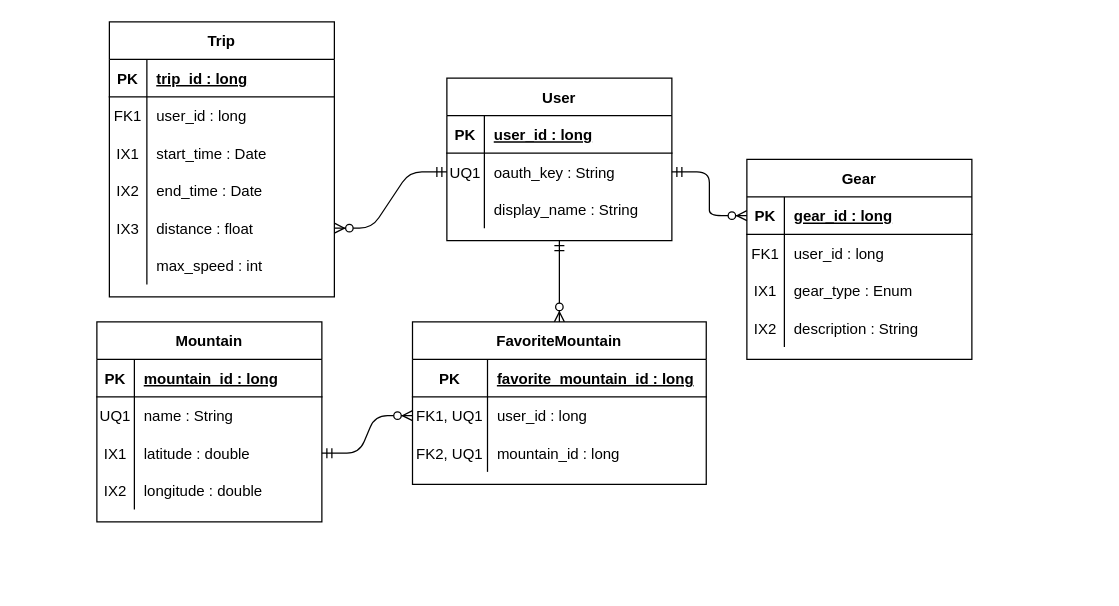
JonahRodriguez281/sno keeps this draw.io diagram as docs/work/sno-erd.drawio. Above is the earlier version. Source tidied: cells renumbered, new cells numbered last; positions are measured from the earlier drawing's top-left corner, leaving out a move shared by most shapes. Both pictures are drawn from the tidied source at 125%, with x=0, y=0 at pixel (96, 21).
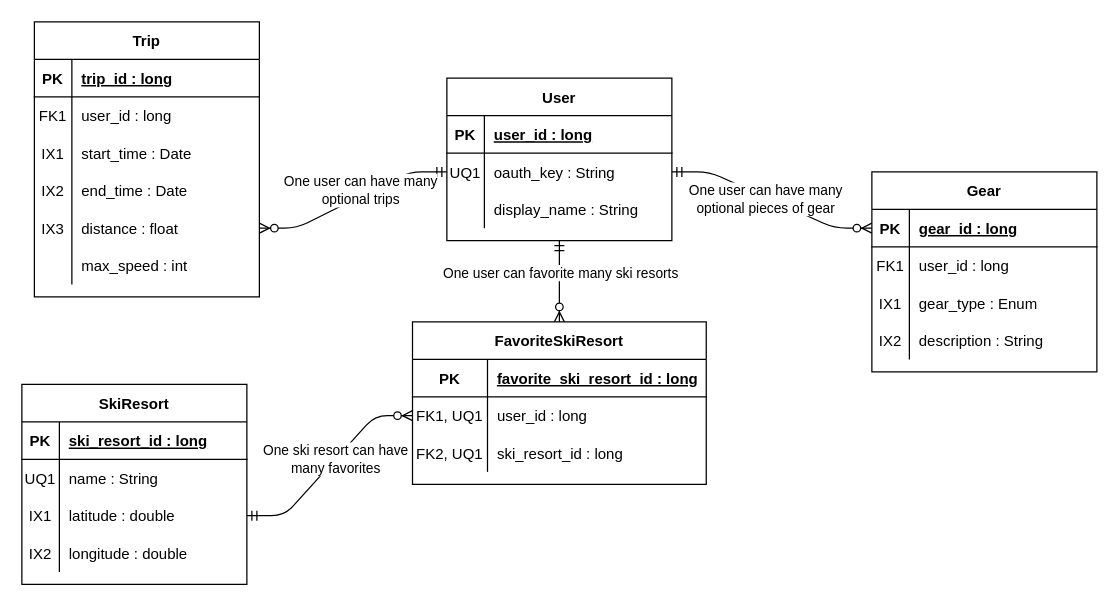
The same page after the edit.

Unchanged cells that the change refers to:
```xml
<mxCell id="3" style="shape=partialRectangle;fillColor=none;top=0;left=0;bottom=1;right=0;" parent="2" vertex="1">
  <mxGeometry y="30" width="180" height="30" as="geometry" />
</mxCell>
<mxCell id="15" style="edgeStyle=entityRelationEdgeStyle;fontSize=12;html=1;endArrow=ERzeroToMany;startArrow=ERmandOne;entryX=0;entryY=0.5;entryDx=0;entryDy=0;exitX=1;exitY=0.5;exitDx=0;exitDy=0;" parent="1" edge="1" source="52" target="59">
  <mxGeometry relative="1" as="geometry" />
</mxCell>
<mxCell id="16" style="fontSize=12;html=1;endArrow=ERzeroToMany;startArrow=ERmandOne;exitX=0.5;exitY=1;exitDx=0;exitDy=0;entryX=0.5;entryY=0;entryDx=0;entryDy=0;endFill=1;" parent="1" edge="1" source="48" target="18">
  <mxGeometry relative="1" as="geometry" />
</mxCell>
<mxCell id="17" style="edgeStyle=entityRelationEdgeStyle;fontSize=12;html=1;endArrow=ERzeroToMany;startArrow=ERmandOne;entryX=0;entryY=0.5;entryDx=0;entryDy=0;exitX=1;exitY=0.5;exitDx=0;exitDy=0;endFill=1;" parent="1" edge="1" source="9" target="22">
  <mxGeometry relative="1" as="geometry" />
</mxCell>
<mxCell id="19" style="shape=partialRectangle;fillColor=none;top=0;left=0;bottom=1;right=0;" parent="18" vertex="1">
  <mxGeometry y="30" width="235" height="30" as="geometry" />
</mxCell>
<mxCell id="25" style="shape=partialRectangle;fillColor=none;top=0;left=0;bottom=0;right=0;" parent="18" vertex="1">
  <mxGeometry y="90" width="235" height="30" as="geometry" />
</mxCell>
<mxCell id="47" style="edgeStyle=entityRelationEdgeStyle;fontSize=12;html=1;endArrow=ERzeroToMany;startArrow=ERmandOne;exitX=0;exitY=0.5;exitDx=0;exitDy=0;entryX=1;entryY=0.5;entryDx=0;entryDy=0;endFill=1;" parent="1" edge="1" source="52" target="41">
  <mxGeometry relative="1" as="geometry" />
</mxCell>
```

The edit, as a diff of the source:
```diff
@@
-    <mxCell id="2" value="Mountain" style="shape=table;startSize=30;childLayout=tableLayout;rowLines=0;fontStyle=1;align=center;" parent="1" vertex="1">
-      <mxGeometry y="240" width="180" height="160" as="geometry" />
+    <mxCell id="2" value="SkiResort" style="shape=table;startSize=30;childLayout=tableLayout;rowLines=0;fontStyle=1;align=center;" parent="1" vertex="1">
+      <mxGeometry x="-60" y="290" width="180" height="160" as="geometry" />
     </mxCell>
@@
-    <mxCell id="5" value="mountain_id : long" style="shape=partialRectangle;fillColor=none;top=0;left=0;bottom=0;right=0;align=left;spacingLeft=6;fontStyle=5;overflow=hidden;" parent="3" vertex="1">
+    <mxCell id="5" value="ski_resort_id : long" style="shape=partialRectangle;fillColor=none;top=0;left=0;bottom=0;right=0;align=left;spacingLeft=6;fontStyle=5;overflow=hidden;" parent="3" vertex="1">
       <mxGeometry x="30" width="150" height="30" as="geometry" />
     </mxCell>
@@
+    <mxCell id="71" value="One user can have many &lt;br&gt;optional pieces of gear" style="edgeLabel;html=1;align=center;verticalAlign=middle;" parent="15" vertex="1">
+      <mxGeometry x="-0.07" y="-1" relative="1" as="geometry" />
+    </mxCell>
@@
+    <mxCell id="72" value="One user can favorite many ski resorts" style="edgeLabel;html=1;align=center;verticalAlign=middle;" parent="16" vertex="1">
+      <mxGeometry x="-0.33" relative="1" as="geometry">
+        <mxPoint y="3" as="offset" />
+      </mxGeometry>
+    </mxCell>
@@
+    <mxCell id="73" value="One ski resort can have &lt;br&gt;many favorites" style="edgeLabel;html=1;align=center;verticalAlign=middle;" parent="17" vertex="1">
+      <mxGeometry x="-0.11" relative="1" as="geometry">
+        <mxPoint x="9.8" y="-11.7" as="offset" />
+      </mxGeometry>
+    </mxCell>
-    <mxCell id="18" value="FavoriteMountain" style="shape=table;startSize=30;childLayout=tableLayout;rowLines=0;fontStyle=1;align=center;" parent="1" vertex="1">
+    <mxCell id="18" value="FavoriteSkiResort" style="shape=table;startSize=30;childLayout=tableLayout;rowLines=0;fontStyle=1;align=center;" parent="1" vertex="1">
       <mxGeometry x="252.5" y="240" width="235" height="130" as="geometry" />
     </mxCell>
@@
-    <mxCell id="21" value="favorite_mountain_id : long" style="shape=partialRectangle;fillColor=none;top=0;left=0;bottom=0;right=0;align=left;spacingLeft=6;fontStyle=5;overflow=hidden;" parent="19" vertex="1">
+    <mxCell id="21" value="favorite_ski_resort_id : long" style="shape=partialRectangle;fillColor=none;top=0;left=0;bottom=0;right=0;align=left;spacingLeft=6;fontStyle=5;overflow=hidden;" parent="19" vertex="1">
       <mxGeometry x="60" width="175" height="30" as="geometry" />
     </mxCell>
@@
-    <mxCell id="27" value="mountain_id : long" style="shape=partialRectangle;fillColor=none;top=0;left=0;bottom=0;right=0;align=left;spacingLeft=6;overflow=hidden;" parent="25" vertex="1">
+    <mxCell id="27" value="ski_resort_id : long" style="shape=partialRectangle;fillColor=none;top=0;left=0;bottom=0;right=0;align=left;spacingLeft=6;overflow=hidden;" parent="25" vertex="1">
       <mxGeometry x="60" width="175" height="30" as="geometry" />
     </mxCell>
     <mxCell id="28" value="Trip" style="shape=table;startSize=30;childLayout=tableLayout;rowLines=0;fontStyle=1;align=center;" parent="1" vertex="1">
-      <mxGeometry x="10" width="180" height="220" as="geometry" />
+      <mxGeometry x="-50" width="180" height="220" as="geometry" />
     </mxCell>
@@
+    <mxCell id="74" value="One user can have many&lt;br&gt;optional trips" style="edgeLabel;html=1;align=center;verticalAlign=middle;" parent="47" vertex="1">
+      <mxGeometry x="-0.19" y="-1" relative="1" as="geometry">
+        <mxPoint x="-8.2" y="0.2" as="offset" />
+      </mxGeometry>
+    </mxCell>
@@
     <mxCell id="58" value="Gear" style="shape=table;startSize=30;childLayout=tableLayout;rowLines=0;fontStyle=1;align=center;" parent="1" vertex="1">
-      <mxGeometry x="520" y="110" width="180" height="160" as="geometry" />
+      <mxGeometry x="620" y="120" width="180" height="160" as="geometry" />
     </mxCell>
```
